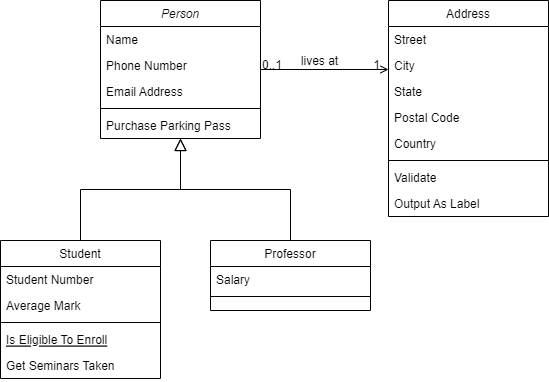
Earlier version of the draw.io export Diagram Class.png (nurjavier8789/perpustakaan). Source tidied: cells renumbered, new cells last; positions are measured from the earlier drawing's top-left corner, leaving out a move shared by most shapes. Its diagram source:
```xml
<mxGraphModel>
  <root>
    <mxCell id="0" />
    <mxCell id="1" parent="0" />
    <mxCell id="2" value="Person" style="swimlane;fontStyle=2;align=center;verticalAlign=top;horizontal=1;startSize=26;rounded=0;shadow=0;strokeWidth=1;" parent="1" vertex="1">
      <mxGeometry x="100" width="160" height="138" as="geometry" />
    </mxCell>
    <mxCell id="3" value="Name" style="text;align=left;verticalAlign=top;spacingLeft=4;spacingRight=4;overflow=hidden;" parent="2" vertex="1">
      <mxGeometry y="26" width="160" height="26" as="geometry" />
    </mxCell>
    <mxCell id="4" value="Phone Number" style="text;align=left;verticalAlign=top;spacingLeft=4;spacingRight=4;overflow=hidden;rounded=0;shadow=0;html=0;" parent="2" vertex="1">
      <mxGeometry y="52" width="160" height="26" as="geometry" />
    </mxCell>
    <mxCell id="5" value="Email Address" style="text;align=left;verticalAlign=top;spacingLeft=4;spacingRight=4;overflow=hidden;rounded=0;shadow=0;html=0;" parent="2" vertex="1">
      <mxGeometry y="78" width="160" height="26" as="geometry" />
    </mxCell>
    <mxCell id="6" style="line;html=1;strokeWidth=1;align=left;verticalAlign=middle;spacingTop=-1;spacingLeft=3;spacingRight=3;labelPosition=right;" parent="2" vertex="1">
      <mxGeometry y="104" width="160" height="8" as="geometry" />
    </mxCell>
    <mxCell id="7" value="Purchase Parking Pass" style="text;align=left;verticalAlign=top;spacingLeft=4;spacingRight=4;overflow=hidden;" parent="2" vertex="1">
      <mxGeometry y="112" width="160" height="26" as="geometry" />
    </mxCell>
    <mxCell id="8" value="Student" style="swimlane;fontStyle=0;align=center;verticalAlign=top;horizontal=1;startSize=26;rounded=0;shadow=0;strokeWidth=1;" parent="1" vertex="1">
      <mxGeometry y="240" width="160" height="138" as="geometry" />
    </mxCell>
    <mxCell id="9" value="Student Number" style="text;align=left;verticalAlign=top;spacingLeft=4;spacingRight=4;overflow=hidden;" parent="8" vertex="1">
      <mxGeometry y="26" width="160" height="26" as="geometry" />
    </mxCell>
    <mxCell id="10" value="Average Mark" style="text;align=left;verticalAlign=top;spacingLeft=4;spacingRight=4;overflow=hidden;rounded=0;shadow=0;html=0;" parent="8" vertex="1">
      <mxGeometry y="52" width="160" height="26" as="geometry" />
    </mxCell>
    <mxCell id="11" style="line;html=1;strokeWidth=1;align=left;verticalAlign=middle;spacingTop=-1;spacingLeft=3;spacingRight=3;labelPosition=right;" parent="8" vertex="1">
      <mxGeometry y="78" width="160" height="8" as="geometry" />
    </mxCell>
    <mxCell id="12" value="Is Eligible To Enroll" style="text;align=left;verticalAlign=top;spacingLeft=4;spacingRight=4;overflow=hidden;fontStyle=4;" parent="8" vertex="1">
      <mxGeometry y="86" width="160" height="26" as="geometry" />
    </mxCell>
    <mxCell id="13" value="Get Seminars Taken" style="text;align=left;verticalAlign=top;spacingLeft=4;spacingRight=4;overflow=hidden;" parent="8" vertex="1">
      <mxGeometry y="112" width="160" height="26" as="geometry" />
    </mxCell>
    <mxCell id="14" style="endArrow=block;endSize=10;endFill=0;shadow=0;strokeWidth=1;rounded=0;edgeStyle=elbowEdgeStyle;elbow=vertical;" parent="1" edge="1" source="8" target="2">
      <mxGeometry relative="1" as="geometry" />
    </mxCell>
    <mxCell id="15" value="Professor" style="swimlane;fontStyle=0;align=center;verticalAlign=top;horizontal=1;startSize=26;rounded=0;shadow=0;strokeWidth=1;" parent="1" vertex="1">
      <mxGeometry x="210" y="240" width="160" height="70" as="geometry" />
    </mxCell>
    <mxCell id="16" value="Salary" style="text;align=left;verticalAlign=top;spacingLeft=4;spacingRight=4;overflow=hidden;" parent="15" vertex="1">
      <mxGeometry y="26" width="160" height="26" as="geometry" />
    </mxCell>
    <mxCell id="17" style="line;html=1;strokeWidth=1;align=left;verticalAlign=middle;spacingTop=-1;spacingLeft=3;spacingRight=3;labelPosition=right;" parent="15" vertex="1">
      <mxGeometry y="52" width="160" height="8" as="geometry" />
    </mxCell>
    <mxCell id="18" style="endArrow=block;endSize=10;endFill=0;shadow=0;strokeWidth=1;rounded=0;edgeStyle=elbowEdgeStyle;elbow=vertical;" parent="1" edge="1" source="15" target="2">
      <mxGeometry relative="1" as="geometry" />
    </mxCell>
    <mxCell id="19" value="Address" style="swimlane;fontStyle=0;align=center;verticalAlign=top;horizontal=1;startSize=26;rounded=0;shadow=0;strokeWidth=1;" parent="1" vertex="1">
      <mxGeometry x="388" width="160" height="216" as="geometry" />
    </mxCell>
    <mxCell id="20" value="Street" style="text;align=left;verticalAlign=top;spacingLeft=4;spacingRight=4;overflow=hidden;" parent="19" vertex="1">
      <mxGeometry y="26" width="160" height="26" as="geometry" />
    </mxCell>
    <mxCell id="21" value="City" style="text;align=left;verticalAlign=top;spacingLeft=4;spacingRight=4;overflow=hidden;rounded=0;shadow=0;html=0;" parent="19" vertex="1">
      <mxGeometry y="52" width="160" height="26" as="geometry" />
    </mxCell>
    <mxCell id="22" value="State" style="text;align=left;verticalAlign=top;spacingLeft=4;spacingRight=4;overflow=hidden;rounded=0;shadow=0;html=0;" parent="19" vertex="1">
      <mxGeometry y="78" width="160" height="26" as="geometry" />
    </mxCell>
    <mxCell id="23" value="Postal Code" style="text;align=left;verticalAlign=top;spacingLeft=4;spacingRight=4;overflow=hidden;rounded=0;shadow=0;html=0;" parent="19" vertex="1">
      <mxGeometry y="104" width="160" height="26" as="geometry" />
    </mxCell>
    <mxCell id="24" value="Country" style="text;align=left;verticalAlign=top;spacingLeft=4;spacingRight=4;overflow=hidden;rounded=0;shadow=0;html=0;" parent="19" vertex="1">
      <mxGeometry y="130" width="160" height="26" as="geometry" />
    </mxCell>
    <mxCell id="25" style="line;html=1;strokeWidth=1;align=left;verticalAlign=middle;spacingTop=-1;spacingLeft=3;spacingRight=3;labelPosition=right;" parent="19" vertex="1">
      <mxGeometry y="156" width="160" height="8" as="geometry" />
    </mxCell>
    <mxCell id="26" value="Validate" style="text;align=left;verticalAlign=top;spacingLeft=4;spacingRight=4;overflow=hidden;" parent="19" vertex="1">
      <mxGeometry y="164" width="160" height="26" as="geometry" />
    </mxCell>
    <mxCell id="27" value="Output As Label" style="text;align=left;verticalAlign=top;spacingLeft=4;spacingRight=4;overflow=hidden;" parent="19" vertex="1">
      <mxGeometry y="190" width="160" height="26" as="geometry" />
    </mxCell>
    <mxCell id="28" style="endArrow=open;shadow=0;strokeWidth=1;rounded=0;endFill=1;edgeStyle=elbowEdgeStyle;elbow=vertical;" parent="1" edge="1" source="2" target="19">
      <mxGeometry x="0.5" y="41" relative="1" as="geometry">
        <mxPoint x="-40" y="32" as="offset" />
      </mxGeometry>
    </mxCell>
    <mxCell id="29" value="0..1" style="align=left;verticalAlign=bottom;labelBackgroundColor=none;fontSize=12;" parent="28" vertex="1">
      <mxGeometry x="-1" relative="1" as="geometry">
        <mxPoint y="4" as="offset" />
      </mxGeometry>
    </mxCell>
    <mxCell id="30" value="1" style="align=right;verticalAlign=bottom;labelBackgroundColor=none;fontSize=12;" parent="28" vertex="1">
      <mxGeometry x="1" relative="1" as="geometry">
        <mxPoint x="-7" y="4" as="offset" />
      </mxGeometry>
    </mxCell>
    <mxCell id="31" value="lives at" style="text;html=1;align=center;verticalAlign=middle;labelBackgroundColor=none;rounded=0;shadow=0;strokeWidth=1;fontSize=12;" parent="28" vertex="1">
      <mxGeometry x="0.5" y="49" relative="1" as="geometry">
        <mxPoint x="-38" y="40" as="offset" />
      </mxGeometry>
    </mxCell>
  </root>
</mxGraphModel>
```
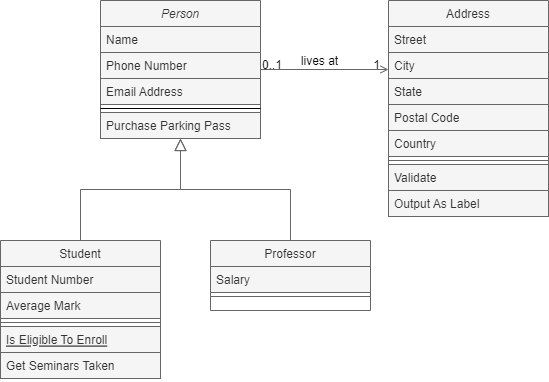
The same diagram one commit later.

The edit, as a diff of the source:
```diff
@@ -2,85 +2,85 @@
   <root>
     <mxCell id="0" />
     <mxCell id="1" parent="0" />
-    <mxCell id="2" value="Person" style="swimlane;fontStyle=2;align=center;verticalAlign=top;horizontal=1;startSize=26;rounded=0;shadow=0;strokeWidth=1;" parent="1" vertex="1">
+    <mxCell id="2" value="Person" style="swimlane;fontStyle=2;align=center;verticalAlign=top;horizontal=1;startSize=26;rounded=0;shadow=0;strokeWidth=1;fillColor=#f5f5f5;fontColor=#333333;strokeColor=#666666;" parent="1" vertex="1">
       <mxGeometry x="100" width="160" height="138" as="geometry" />
     </mxCell>
-    <mxCell id="3" value="Name" style="text;align=left;verticalAlign=top;spacingLeft=4;spacingRight=4;overflow=hidden;" parent="2" vertex="1">
+    <mxCell id="3" value="Name" style="text;align=left;verticalAlign=top;spacingLeft=4;spacingRight=4;overflow=hidden;fillColor=#f5f5f5;fontColor=#333333;strokeColor=#666666;" parent="2" vertex="1">
       <mxGeometry y="26" width="160" height="26" as="geometry" />
     </mxCell>
-    <mxCell id="4" value="Phone Number" style="text;align=left;verticalAlign=top;spacingLeft=4;spacingRight=4;overflow=hidden;rounded=0;shadow=0;html=0;" parent="2" vertex="1">
+    <mxCell id="4" value="Phone Number" style="text;align=left;verticalAlign=top;spacingLeft=4;spacingRight=4;overflow=hidden;rounded=0;shadow=0;html=0;fillColor=#f5f5f5;fontColor=#333333;strokeColor=#666666;" parent="2" vertex="1">
       <mxGeometry y="52" width="160" height="26" as="geometry" />
     </mxCell>
-    <mxCell id="5" value="Email Address" style="text;align=left;verticalAlign=top;spacingLeft=4;spacingRight=4;overflow=hidden;rounded=0;shadow=0;html=0;" parent="2" vertex="1">
+    <mxCell id="5" value="Email Address" style="text;align=left;verticalAlign=top;spacingLeft=4;spacingRight=4;overflow=hidden;rounded=0;shadow=0;html=0;fillColor=#f5f5f5;fontColor=#333333;strokeColor=#666666;" parent="2" vertex="1">
       <mxGeometry y="78" width="160" height="26" as="geometry" />
     </mxCell>
     <mxCell id="6" style="line;html=1;strokeWidth=1;align=left;verticalAlign=middle;spacingTop=-1;spacingLeft=3;spacingRight=3;labelPosition=right;" parent="2" vertex="1">
       <mxGeometry y="104" width="160" height="8" as="geometry" />
     </mxCell>
-    <mxCell id="7" value="Purchase Parking Pass" style="text;align=left;verticalAlign=top;spacingLeft=4;spacingRight=4;overflow=hidden;" parent="2" vertex="1">
+    <mxCell id="7" value="Purchase Parking Pass" style="text;align=left;verticalAlign=top;spacingLeft=4;spacingRight=4;overflow=hidden;fillColor=#f5f5f5;fontColor=#333333;strokeColor=#666666;" parent="2" vertex="1">
       <mxGeometry y="112" width="160" height="26" as="geometry" />
     </mxCell>
-    <mxCell id="8" value="Student" style="swimlane;fontStyle=0;align=center;verticalAlign=top;horizontal=1;startSize=26;rounded=0;shadow=0;strokeWidth=1;" parent="1" vertex="1">
+    <mxCell id="8" value="Student" style="swimlane;fontStyle=0;align=center;verticalAlign=top;horizontal=1;startSize=26;rounded=0;shadow=0;strokeWidth=1;fillColor=#f5f5f5;fontColor=#333333;strokeColor=#666666;" parent="1" vertex="1">
       <mxGeometry y="240" width="160" height="138" as="geometry" />
     </mxCell>
-    <mxCell id="9" value="Student Number" style="text;align=left;verticalAlign=top;spacingLeft=4;spacingRight=4;overflow=hidden;" parent="8" vertex="1">
+    <mxCell id="9" value="Student Number" style="text;align=left;verticalAlign=top;spacingLeft=4;spacingRight=4;overflow=hidden;fillColor=#f5f5f5;fontColor=#333333;strokeColor=#666666;" parent="8" vertex="1">
       <mxGeometry y="26" width="160" height="26" as="geometry" />
     </mxCell>
-    <mxCell id="10" value="Average Mark" style="text;align=left;verticalAlign=top;spacingLeft=4;spacingRight=4;overflow=hidden;rounded=0;shadow=0;html=0;" parent="8" vertex="1">
+    <mxCell id="10" value="Average Mark" style="text;align=left;verticalAlign=top;spacingLeft=4;spacingRight=4;overflow=hidden;rounded=0;shadow=0;html=0;fillColor=#f5f5f5;fontColor=#333333;strokeColor=#666666;" parent="8" vertex="1">
       <mxGeometry y="52" width="160" height="26" as="geometry" />
     </mxCell>
-    <mxCell id="11" style="line;html=1;strokeWidth=1;align=left;verticalAlign=middle;spacingTop=-1;spacingLeft=3;spacingRight=3;labelPosition=right;" parent="8" vertex="1">
+    <mxCell id="11" style="line;html=1;strokeWidth=1;align=left;verticalAlign=middle;spacingTop=-1;spacingLeft=3;spacingRight=3;labelPosition=right;fillColor=#f5f5f5;fontColor=#333333;strokeColor=#666666;" parent="8" vertex="1">
       <mxGeometry y="78" width="160" height="8" as="geometry" />
     </mxCell>
-    <mxCell id="12" value="Is Eligible To Enroll" style="text;align=left;verticalAlign=top;spacingLeft=4;spacingRight=4;overflow=hidden;fontStyle=4;" parent="8" vertex="1">
+    <mxCell id="12" value="Is Eligible To Enroll" style="text;align=left;verticalAlign=top;spacingLeft=4;spacingRight=4;overflow=hidden;fontStyle=4;fillColor=#f5f5f5;fontColor=#333333;strokeColor=#666666;" parent="8" vertex="1">
       <mxGeometry y="86" width="160" height="26" as="geometry" />
     </mxCell>
-    <mxCell id="13" value="Get Seminars Taken" style="text;align=left;verticalAlign=top;spacingLeft=4;spacingRight=4;overflow=hidden;" parent="8" vertex="1">
+    <mxCell id="13" value="Get Seminars Taken" style="text;align=left;verticalAlign=top;spacingLeft=4;spacingRight=4;overflow=hidden;fillColor=#f5f5f5;fontColor=#333333;strokeColor=#666666;" parent="8" vertex="1">
       <mxGeometry y="112" width="160" height="26" as="geometry" />
     </mxCell>
-    <mxCell id="14" style="endArrow=block;endSize=10;endFill=0;shadow=0;strokeWidth=1;rounded=0;edgeStyle=elbowEdgeStyle;elbow=vertical;" parent="1" edge="1" source="8" target="2">
+    <mxCell id="14" style="endArrow=block;endSize=10;endFill=0;shadow=0;strokeWidth=1;rounded=0;edgeStyle=elbowEdgeStyle;elbow=vertical;fillColor=#f5f5f5;strokeColor=#666666;" parent="1" edge="1" source="8" target="2">
       <mxGeometry relative="1" as="geometry" />
     </mxCell>
-    <mxCell id="15" value="Professor" style="swimlane;fontStyle=0;align=center;verticalAlign=top;horizontal=1;startSize=26;rounded=0;shadow=0;strokeWidth=1;" parent="1" vertex="1">
+    <mxCell id="15" value="Professor" style="swimlane;fontStyle=0;align=center;verticalAlign=top;horizontal=1;startSize=26;rounded=0;shadow=0;strokeWidth=1;fillColor=#f5f5f5;fontColor=#333333;strokeColor=#666666;" parent="1" vertex="1">
       <mxGeometry x="210" y="240" width="160" height="70" as="geometry" />
     </mxCell>
-    <mxCell id="16" value="Salary" style="text;align=left;verticalAlign=top;spacingLeft=4;spacingRight=4;overflow=hidden;" parent="15" vertex="1">
+    <mxCell id="16" value="Salary" style="text;align=left;verticalAlign=top;spacingLeft=4;spacingRight=4;overflow=hidden;fillColor=#f5f5f5;fontColor=#333333;strokeColor=#666666;" parent="15" vertex="1">
       <mxGeometry y="26" width="160" height="26" as="geometry" />
     </mxCell>
-    <mxCell id="17" style="line;html=1;strokeWidth=1;align=left;verticalAlign=middle;spacingTop=-1;spacingLeft=3;spacingRight=3;labelPosition=right;" parent="15" vertex="1">
+    <mxCell id="17" style="line;html=1;strokeWidth=1;align=left;verticalAlign=middle;spacingTop=-1;spacingLeft=3;spacingRight=3;labelPosition=right;fillColor=#f5f5f5;fontColor=#333333;strokeColor=#666666;" parent="15" vertex="1">
       <mxGeometry y="52" width="160" height="8" as="geometry" />
     </mxCell>
-    <mxCell id="18" style="endArrow=block;endSize=10;endFill=0;shadow=0;strokeWidth=1;rounded=0;edgeStyle=elbowEdgeStyle;elbow=vertical;" parent="1" edge="1" source="15" target="2">
+    <mxCell id="18" style="endArrow=block;endSize=10;endFill=0;shadow=0;strokeWidth=1;rounded=0;edgeStyle=elbowEdgeStyle;elbow=vertical;fillColor=#f5f5f5;strokeColor=#666666;" parent="1" edge="1" source="15" target="2">
       <mxGeometry relative="1" as="geometry" />
     </mxCell>
-    <mxCell id="19" value="Address" style="swimlane;fontStyle=0;align=center;verticalAlign=top;horizontal=1;startSize=26;rounded=0;shadow=0;strokeWidth=1;" parent="1" vertex="1">
+    <mxCell id="19" value="Address" style="swimlane;fontStyle=0;align=center;verticalAlign=top;horizontal=1;startSize=26;rounded=0;shadow=0;strokeWidth=1;fillColor=#f5f5f5;fontColor=#333333;strokeColor=#666666;" parent="1" vertex="1">
       <mxGeometry x="388" width="160" height="216" as="geometry" />
     </mxCell>
-    <mxCell id="20" value="Street" style="text;align=left;verticalAlign=top;spacingLeft=4;spacingRight=4;overflow=hidden;" parent="19" vertex="1">
+    <mxCell id="20" value="Street" style="text;align=left;verticalAlign=top;spacingLeft=4;spacingRight=4;overflow=hidden;fillColor=#f5f5f5;fontColor=#333333;strokeColor=#666666;" parent="19" vertex="1">
       <mxGeometry y="26" width="160" height="26" as="geometry" />
     </mxCell>
-    <mxCell id="21" value="City" style="text;align=left;verticalAlign=top;spacingLeft=4;spacingRight=4;overflow=hidden;rounded=0;shadow=0;html=0;" parent="19" vertex="1">
+    <mxCell id="21" value="City" style="text;align=left;verticalAlign=top;spacingLeft=4;spacingRight=4;overflow=hidden;rounded=0;shadow=0;html=0;fillColor=#f5f5f5;fontColor=#333333;strokeColor=#666666;" parent="19" vertex="1">
       <mxGeometry y="52" width="160" height="26" as="geometry" />
     </mxCell>
-    <mxCell id="22" value="State" style="text;align=left;verticalAlign=top;spacingLeft=4;spacingRight=4;overflow=hidden;rounded=0;shadow=0;html=0;" parent="19" vertex="1">
+    <mxCell id="22" value="State" style="text;align=left;verticalAlign=top;spacingLeft=4;spacingRight=4;overflow=hidden;rounded=0;shadow=0;html=0;fillColor=#f5f5f5;fontColor=#333333;strokeColor=#666666;" parent="19" vertex="1">
       <mxGeometry y="78" width="160" height="26" as="geometry" />
     </mxCell>
-    <mxCell id="23" value="Postal Code" style="text;align=left;verticalAlign=top;spacingLeft=4;spacingRight=4;overflow=hidden;rounded=0;shadow=0;html=0;" parent="19" vertex="1">
+    <mxCell id="23" value="Postal Code" style="text;align=left;verticalAlign=top;spacingLeft=4;spacingRight=4;overflow=hidden;rounded=0;shadow=0;html=0;fillColor=#f5f5f5;fontColor=#333333;strokeColor=#666666;" parent="19" vertex="1">
       <mxGeometry y="104" width="160" height="26" as="geometry" />
     </mxCell>
-    <mxCell id="24" value="Country" style="text;align=left;verticalAlign=top;spacingLeft=4;spacingRight=4;overflow=hidden;rounded=0;shadow=0;html=0;" parent="19" vertex="1">
+    <mxCell id="24" value="Country" style="text;align=left;verticalAlign=top;spacingLeft=4;spacingRight=4;overflow=hidden;rounded=0;shadow=0;html=0;fillColor=#f5f5f5;fontColor=#333333;strokeColor=#666666;" parent="19" vertex="1">
       <mxGeometry y="130" width="160" height="26" as="geometry" />
     </mxCell>
-    <mxCell id="25" style="line;html=1;strokeWidth=1;align=left;verticalAlign=middle;spacingTop=-1;spacingLeft=3;spacingRight=3;labelPosition=right;" parent="19" vertex="1">
+    <mxCell id="25" style="line;html=1;strokeWidth=1;align=left;verticalAlign=middle;spacingTop=-1;spacingLeft=3;spacingRight=3;labelPosition=right;fillColor=#f5f5f5;fontColor=#333333;strokeColor=#666666;" parent="19" vertex="1">
       <mxGeometry y="156" width="160" height="8" as="geometry" />
     </mxCell>
-    <mxCell id="26" value="Validate" style="text;align=left;verticalAlign=top;spacingLeft=4;spacingRight=4;overflow=hidden;" parent="19" vertex="1">
+    <mxCell id="26" value="Validate" style="text;align=left;verticalAlign=top;spacingLeft=4;spacingRight=4;overflow=hidden;fillColor=#f5f5f5;fontColor=#333333;strokeColor=#666666;" parent="19" vertex="1">
       <mxGeometry y="164" width="160" height="26" as="geometry" />
     </mxCell>
-    <mxCell id="27" value="Output As Label" style="text;align=left;verticalAlign=top;spacingLeft=4;spacingRight=4;overflow=hidden;" parent="19" vertex="1">
+    <mxCell id="27" value="Output As Label" style="text;align=left;verticalAlign=top;spacingLeft=4;spacingRight=4;overflow=hidden;fillColor=#f5f5f5;fontColor=#333333;strokeColor=#666666;" parent="19" vertex="1">
       <mxGeometry y="190" width="160" height="26" as="geometry" />
     </mxCell>
-    <mxCell id="28" style="endArrow=open;shadow=0;strokeWidth=1;rounded=0;endFill=1;edgeStyle=elbowEdgeStyle;elbow=vertical;" parent="1" edge="1" source="2" target="19">
+    <mxCell id="28" style="endArrow=open;shadow=0;strokeWidth=1;rounded=0;endFill=1;edgeStyle=elbowEdgeStyle;elbow=vertical;fillColor=#f5f5f5;strokeColor=#666666;" parent="1" edge="1" source="2" target="19">
       <mxGeometry x="0.5" y="41" relative="1" as="geometry">
         <mxPoint x="-40" y="32" as="offset" />
       </mxGeometry>
```
